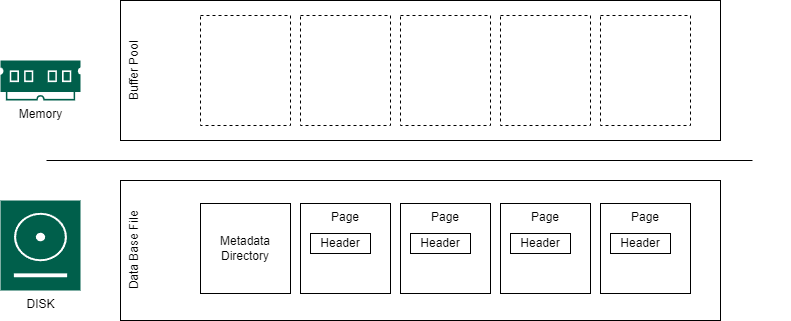
This is architecture/architecture.png from nil-labs/sdb, a draw.io export, as it was before one commit. Source tidied: cells renumbered, new cells last; positions are measured from the earlier drawing's top-left corner, leaving out a move shared by most shapes.
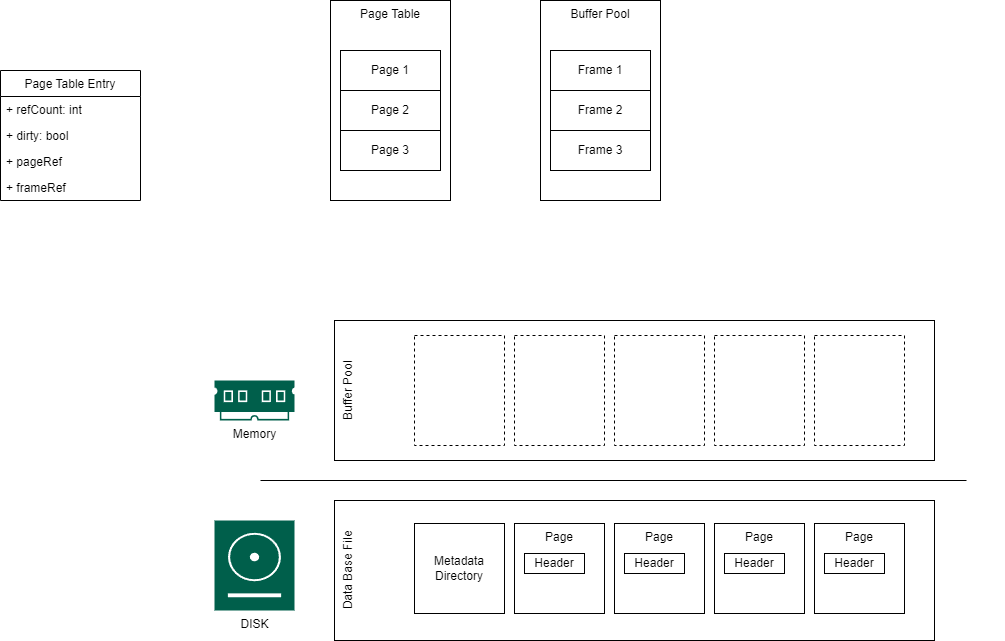
The same diagram one commit later.

Change to the diagram source:
```diff
@@ -74,5 +74,44 @@
     <mxCell id="24" style="rounded=0;whiteSpace=wrap;html=1;dashed=1;" parent="1" vertex="1">
       <mxGeometry x="600" y="15" width="90" height="110" as="geometry" />
     </mxCell>
+    <mxCell id="25" value="Page Table" style="rounded=0;whiteSpace=wrap;html=1;verticalAlign=top;" parent="1" vertex="1">
+      <mxGeometry x="116" y="-320" width="120" height="200" as="geometry" />
+    </mxCell>
+    <mxCell id="26" value="Page 1" style="rounded=0;whiteSpace=wrap;html=1;" parent="1" vertex="1">
+      <mxGeometry x="126" y="-270" width="100" height="40" as="geometry" />
+    </mxCell>
+    <mxCell id="27" value="Page 2" style="rounded=0;whiteSpace=wrap;html=1;" parent="1" vertex="1">
+      <mxGeometry x="126" y="-230" width="100" height="40" as="geometry" />
+    </mxCell>
+    <mxCell id="28" value="Page 3" style="rounded=0;whiteSpace=wrap;html=1;" parent="1" vertex="1">
+      <mxGeometry x="126" y="-190" width="100" height="40" as="geometry" />
+    </mxCell>
+    <mxCell id="29" value="Buffer Pool" style="rounded=0;whiteSpace=wrap;html=1;verticalAlign=top;" parent="1" vertex="1">
+      <mxGeometry x="326" y="-320" width="120" height="200" as="geometry" />
+    </mxCell>
+    <mxCell id="30" value="Frame 1" style="rounded=0;whiteSpace=wrap;html=1;" parent="1" vertex="1">
+      <mxGeometry x="336" y="-270" width="100" height="40" as="geometry" />
+    </mxCell>
+    <mxCell id="31" value="Frame 2" style="rounded=0;whiteSpace=wrap;html=1;" parent="1" vertex="1">
+      <mxGeometry x="336" y="-230" width="100" height="40" as="geometry" />
+    </mxCell>
+    <mxCell id="32" value="Frame 3" style="rounded=0;whiteSpace=wrap;html=1;" parent="1" vertex="1">
+      <mxGeometry x="336" y="-190" width="100" height="40" as="geometry" />
+    </mxCell>
+    <mxCell id="33" value="Page Table Entry" style="swimlane;fontStyle=0;horizontal=1;startSize=26;fillColor=none;" parent="1" vertex="1">
+      <mxGeometry x="-214" y="-250" width="140" height="130" as="geometry" />
+    </mxCell>
+    <mxCell id="34" value="+ refCount: int" style="text;strokeColor=none;fillColor=none;align=left;verticalAlign=top;spacingLeft=4;spacingRight=4;overflow=hidden;" parent="33" vertex="1">
+      <mxGeometry y="26" width="140" height="26" as="geometry" />
+    </mxCell>
+    <mxCell id="35" value="+ dirty: bool&#10;" style="text;strokeColor=none;fillColor=none;align=left;verticalAlign=top;spacingLeft=4;spacingRight=4;overflow=hidden;" parent="33" vertex="1">
+      <mxGeometry y="52" width="140" height="26" as="geometry" />
+    </mxCell>
+    <mxCell id="36" value="+ pageRef&#10;" style="text;strokeColor=none;fillColor=none;align=left;verticalAlign=top;spacingLeft=4;spacingRight=4;overflow=hidden;" parent="33" vertex="1">
+      <mxGeometry y="78" width="140" height="26" as="geometry" />
+    </mxCell>
+    <mxCell id="37" value="+ frameRef&#10;" style="text;strokeColor=none;fillColor=none;align=left;verticalAlign=top;spacingLeft=4;spacingRight=4;overflow=hidden;" parent="33" vertex="1">
+      <mxGeometry y="104" width="140" height="26" as="geometry" />
+    </mxCell>
   </root>
 </mxGraphModel>
```
